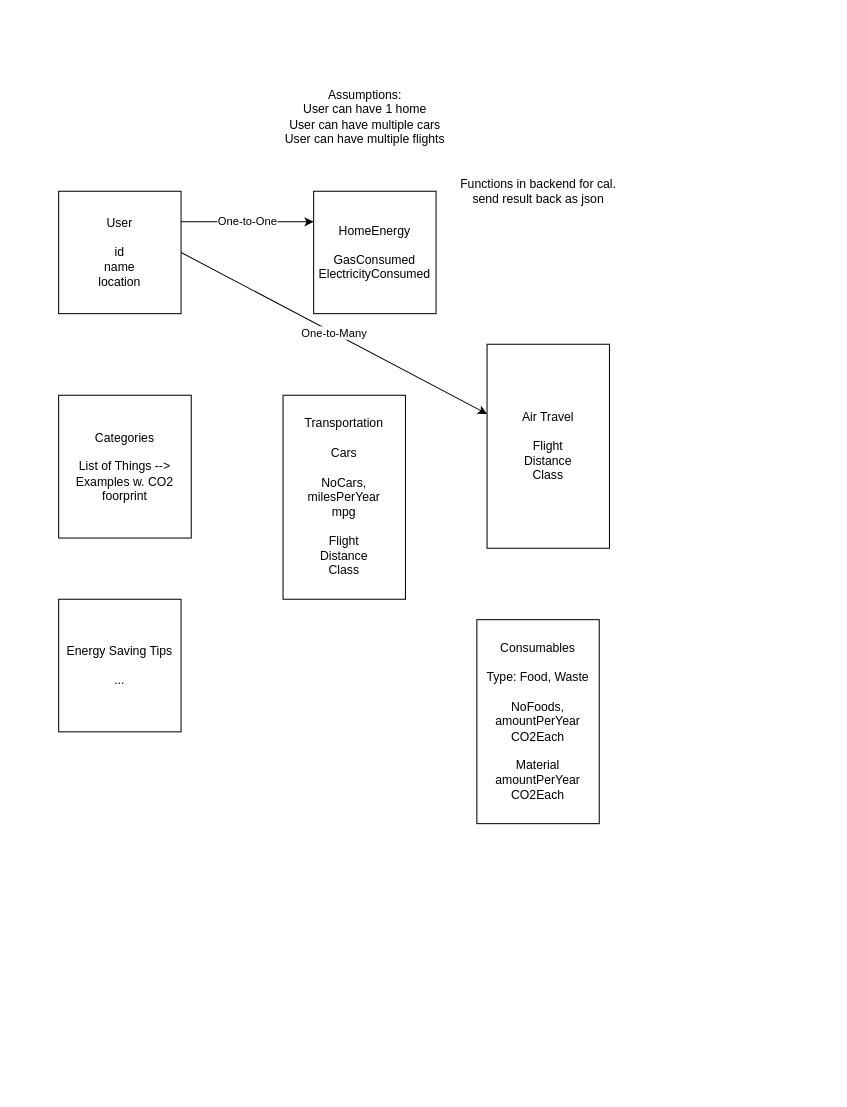
oki99doki/CO2day keeps this draw.io diagram as assets/concept.drawio. Above is the earlier version. Source tidied: cells renumbered, new cells numbered last; positions are measured from the earlier drawing's top-left corner, leaving out a move shared by most shapes. Both pictures are drawn from the tidied source at 102%, with x=0, y=0 at pixel (58, 73).
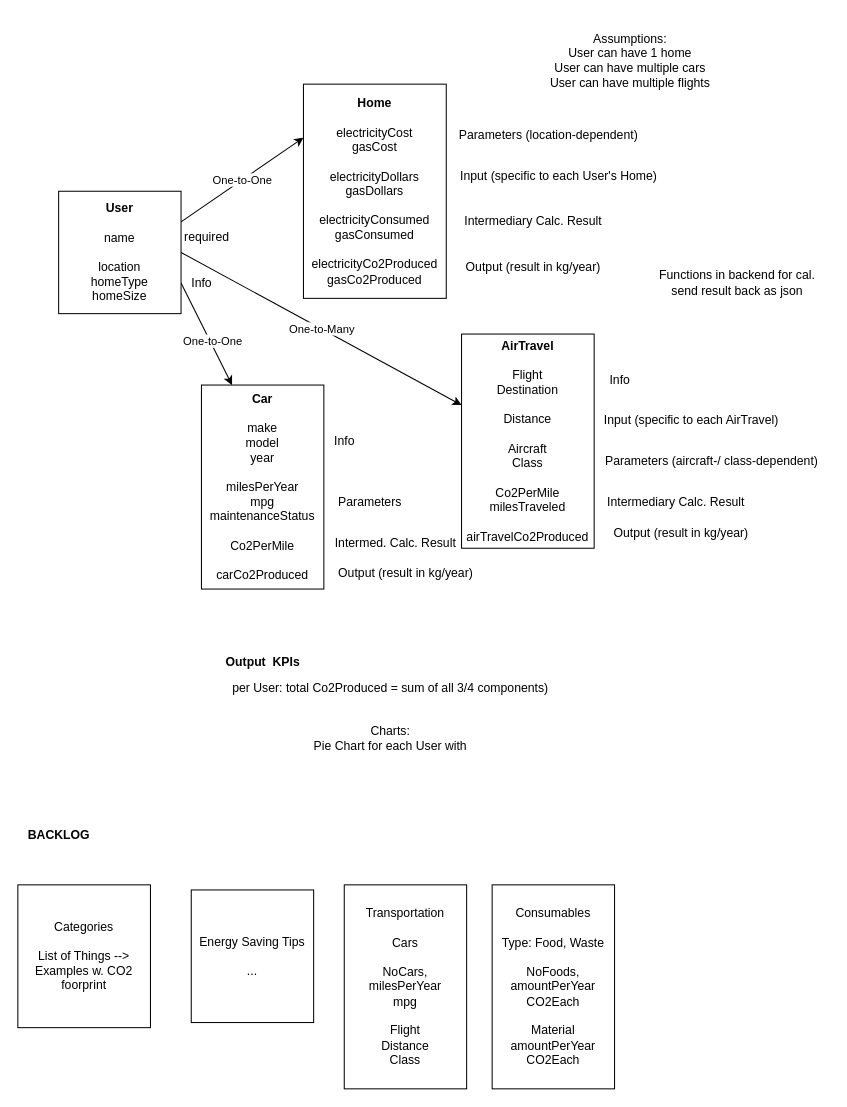
Above is the later version.

The edit, as a diff of the source:
```diff
@@
+    <mxCell id="13" style="edgeStyle=none;html=1;exitX=1;exitY=0.75;exitDx=0;exitDy=0;entryX=0.25;entryY=0;entryDx=0;entryDy=0;" parent="1" edge="1" source="4" target="26">
+      <mxGeometry relative="1" as="geometry" />
+    </mxCell>
+    <mxCell id="14" value="One-to-One" style="edgeLabel;html=1;align=center;verticalAlign=middle;" parent="13" vertex="1">
+      <mxGeometry x="0.14" y="1" relative="1" as="geometry">
+        <mxPoint x="1" as="offset" />
+      </mxGeometry>
+    </mxCell>
-    <mxCell id="4" value="User&lt;br&gt;&lt;br&gt;id&lt;br&gt;name&lt;br&gt;location" style="rounded=0;whiteSpace=wrap;html=1;" parent="1" vertex="1">
+    <mxCell id="4" value="&lt;b&gt;User&lt;/b&gt;&lt;br&gt;&lt;br&gt;name&lt;br&gt;&lt;br&gt;location&lt;br&gt;homeType&lt;br&gt;homeSize" style="rounded=0;whiteSpace=wrap;html=1;" parent="1" vertex="1">
       <mxGeometry y="115" width="120" height="120" as="geometry" />
     </mxCell>
-    <mxCell id="5" value="HomeEnergy&lt;br&gt;&lt;br&gt;GasConsumed&lt;br&gt;ElectricityConsumed" style="rounded=0;whiteSpace=wrap;html=1;" parent="1" vertex="1">
-      <mxGeometry x="250" y="115" width="120" height="120" as="geometry" />
+    <mxCell id="5" value="&lt;b&gt;Home&lt;/b&gt;&lt;br&gt;&lt;br&gt;electricityCost&lt;br&gt;gasCost&lt;br&gt;&lt;br&gt;electricityDollars&lt;br&gt;gasDollars&lt;br&gt;&lt;br&gt;electricityConsumed&lt;br&gt;gasConsumed&lt;br&gt;&lt;br&gt;electricityCo2Produced&lt;br&gt;gasCo2Produced" style="rounded=0;whiteSpace=wrap;html=1;" parent="1" vertex="1">
+      <mxGeometry x="240" y="10" width="140" height="210" as="geometry" />
     </mxCell>
     <mxCell id="6" value="Categories&lt;br&gt;&lt;br&gt;List of Things --&amp;gt; Examples w. CO2 foorprint&lt;br&gt;" style="rounded=0;whiteSpace=wrap;html=1;" parent="1" vertex="1">
-      <mxGeometry y="315" width="130" height="140" as="geometry" />
+      <mxGeometry x="-40" y="795" width="130" height="140" as="geometry" />
     </mxCell>
     <mxCell id="7" value="Transportation&lt;br&gt;&lt;br&gt;Cars&lt;br&gt;&lt;br&gt;NoCars, milesPerYear&lt;br&gt;mpg&lt;br&gt;&lt;br&gt;Flight&lt;br&gt;Distance&lt;br&gt;Class" style="rounded=0;whiteSpace=wrap;html=1;" parent="1" vertex="1">
-      <mxGeometry x="220" y="315" width="120" height="200" as="geometry" />
+      <mxGeometry x="280" y="795" width="120" height="200" as="geometry" />
     </mxCell>
     <mxCell id="8" value="Assumptions:&lt;br&gt;User can have 1 home&lt;br&gt;User can have multiple cars&lt;br&gt;User can have multiple flights&lt;br&gt;" style="text;html=1;align=center;verticalAlign=center;strokeColor=none;fillColor=none;" parent="1" vertex="1">
-      <mxGeometry x="210" width="180" height="70" as="geometry" />
+      <mxGeometry x="470" y="-55" width="180" height="70" as="geometry" />
     </mxCell>
     <mxCell id="9" value="Consumables&lt;br&gt;&lt;br&gt;Type: Food, Waste&lt;br&gt;&lt;br&gt;NoFoods, amountPerYear&lt;br&gt;CO2Each&lt;br&gt;&lt;br&gt;Material&lt;br&gt;amountPerYear&lt;br&gt;CO2Each" style="rounded=0;whiteSpace=wrap;html=1;" parent="1" vertex="1">
-      <mxGeometry x="410" y="535" width="120" height="200" as="geometry" />
+      <mxGeometry x="425" y="795" width="120" height="200" as="geometry" />
     </mxCell>
     <mxCell id="10" value="Energy Saving Tips&lt;br&gt;&lt;br&gt;..." style="rounded=0;whiteSpace=wrap;html=1;" parent="1" vertex="1">
-      <mxGeometry y="515" width="120" height="130" as="geometry" />
+      <mxGeometry x="130" y="800" width="120" height="130" as="geometry" />
     </mxCell>
-    <mxCell id="11" value="Air Travel&lt;br&gt;&lt;br&gt;Flight&lt;br&gt;Distance&lt;br&gt;Class" style="rounded=0;whiteSpace=wrap;html=1;" parent="1" vertex="1">
-      <mxGeometry x="420" y="265" width="120" height="200" as="geometry" />
+    <mxCell id="11" value="&lt;b&gt;AirTravel&lt;/b&gt;&lt;br&gt;&lt;br&gt;Flight&lt;br&gt;Destination&lt;br&gt;&lt;br&gt;Distance&lt;br&gt;&lt;br&gt;Aircraft&lt;br&gt;Class&lt;br&gt;&lt;br&gt;Co2PerMile&lt;br&gt;milesTraveled&lt;br&gt;&lt;br&gt;airTravelCo2Produced" style="rounded=0;whiteSpace=wrap;html=1;" parent="1" vertex="1">
+      <mxGeometry x="395" y="255" width="130" height="210" as="geometry" />
     </mxCell>
     <mxCell id="12" value="Functions in backend for cal.&lt;br&gt;send result back as json&lt;br&gt;" style="text;html=1;align=center;verticalAlign=middle;strokeColor=none;fillColor=none;" parent="1" vertex="1">
-      <mxGeometry x="380" y="95" width="180" height="40" as="geometry" />
+      <mxGeometry x="575" y="185" width="180" height="40" as="geometry" />
     </mxCell>
+    <mxCell id="15" value="Parameters (location-dependent)" style="text;html=1;align=center;verticalAlign=middle;strokeColor=none;fillColor=none;" parent="1" vertex="1">
+      <mxGeometry x="380" y="45" width="200" height="30" as="geometry" />
+    </mxCell>
+    <mxCell id="16" value="Input (specific to each User's Home)" style="text;html=1;align=center;verticalAlign=middle;strokeColor=none;fillColor=none;" parent="1" vertex="1">
+      <mxGeometry x="380" y="85" width="220" height="30" as="geometry" />
+    </mxCell>
+    <mxCell id="17" value="Intermediary Calc. Result" style="text;html=1;align=center;verticalAlign=middle;strokeColor=none;fillColor=none;" parent="1" vertex="1">
+      <mxGeometry x="385" y="130" width="160" height="30" as="geometry" />
+    </mxCell>
+    <mxCell id="18" value="Output (result in kg/year)" style="text;html=1;align=center;verticalAlign=middle;strokeColor=none;fillColor=none;" parent="1" vertex="1">
+      <mxGeometry x="385" y="175" width="160" height="30" as="geometry" />
+    </mxCell>
+    <mxCell id="19" value="required" style="text;html=1;align=center;verticalAlign=middle;strokeColor=none;fillColor=none;" parent="1" vertex="1">
+      <mxGeometry x="110" y="145" width="70" height="30" as="geometry" />
+    </mxCell>
+    <mxCell id="20" value="Info" style="text;html=1;align=center;verticalAlign=middle;strokeColor=none;fillColor=none;" parent="1" vertex="1">
+      <mxGeometry x="120" y="190" width="40" height="30" as="geometry" />
+    </mxCell>
+    <mxCell id="21" value="Info" style="text;html=1;align=center;verticalAlign=middle;strokeColor=none;fillColor=none;" parent="1" vertex="1">
+      <mxGeometry x="530" y="285" width="40" height="30" as="geometry" />
+    </mxCell>
+    <mxCell id="22" value="Input (specific to each AirTravel)" style="text;html=1;align=center;verticalAlign=middle;strokeColor=none;fillColor=none;" parent="1" vertex="1">
+      <mxGeometry x="525" y="325" width="190" height="30" as="geometry" />
+    </mxCell>
+    <mxCell id="23" value="Parameters (aircraft-/ class-dependent)" style="text;html=1;align=center;verticalAlign=middle;strokeColor=none;fillColor=none;" parent="1" vertex="1">
+      <mxGeometry x="525" y="365" width="230" height="30" as="geometry" />
+    </mxCell>
+    <mxCell id="24" value="Intermediary Calc. Result" style="text;html=1;align=center;verticalAlign=middle;strokeColor=none;fillColor=none;" parent="1" vertex="1">
+      <mxGeometry x="525" y="405" width="160" height="30" as="geometry" />
+    </mxCell>
+    <mxCell id="25" value="Output (result in kg/year)" style="text;html=1;align=center;verticalAlign=middle;strokeColor=none;fillColor=none;" parent="1" vertex="1">
+      <mxGeometry x="530" y="435" width="160" height="30" as="geometry" />
+    </mxCell>
+    <mxCell id="26" value="&lt;b&gt;Car&lt;/b&gt;&lt;br&gt;&lt;br&gt;make&lt;br&gt;model&lt;br&gt;year&lt;br&gt;&lt;br&gt;milesPerYear&lt;br&gt;mpg&lt;br&gt;maintenanceStatus&lt;br&gt;&lt;br&gt;Co2PerMile&lt;br&gt;&lt;br&gt;carCo2Produced" style="rounded=0;whiteSpace=wrap;html=1;" parent="1" vertex="1">
+      <mxGeometry x="140" y="305" width="120" height="200" as="geometry" />
+    </mxCell>
+    <mxCell id="27" value="Info" style="text;html=1;align=center;verticalAlign=middle;strokeColor=none;fillColor=none;" parent="1" vertex="1">
+      <mxGeometry x="260" y="345" width="40" height="30" as="geometry" />
+    </mxCell>
+    <mxCell id="28" value="Parameters" style="text;html=1;align=center;verticalAlign=middle;strokeColor=none;fillColor=none;" parent="1" vertex="1">
+      <mxGeometry x="260" y="405" width="90" height="30" as="geometry" />
+    </mxCell>
+    <mxCell id="29" value="Intermed. Calc. Result" style="text;html=1;align=center;verticalAlign=middle;strokeColor=none;fillColor=none;" parent="1" vertex="1">
+      <mxGeometry x="260" y="445" width="140" height="30" as="geometry" />
+    </mxCell>
+    <mxCell id="30" value="Output (result in kg/year)" style="text;html=1;align=center;verticalAlign=middle;strokeColor=none;fillColor=none;" parent="1" vertex="1">
+      <mxGeometry x="260" y="475" width="160" height="30" as="geometry" />
+    </mxCell>
+    <mxCell id="31" value="&lt;b&gt;BACKLOG&lt;/b&gt;" style="text;html=1;align=center;verticalAlign=center;strokeColor=none;fillColor=none;" parent="1" vertex="1">
+      <mxGeometry x="-40" y="725" width="80" height="30" as="geometry" />
+    </mxCell>
+    <mxCell id="32" value="&lt;b&gt;Output&amp;nbsp; KPIs&lt;/b&gt;" style="text;html=1;align=center;verticalAlign=center;strokeColor=none;fillColor=none;" parent="1" vertex="1">
+      <mxGeometry x="150" y="555" width="100" height="30" as="geometry" />
+    </mxCell>
+    <mxCell id="33" value="per User: total Co2Produced = sum of all 3/4 components)&lt;br&gt;&lt;br&gt;&lt;br&gt;Charts:&lt;br&gt;Pie Chart for each User with" style="text;html=1;align=center;verticalAlign=middle;strokeColor=none;fillColor=none;" parent="1" vertex="1">
+      <mxGeometry x="160" y="585" width="330" height="90" as="geometry" />
+    </mxCell>
```
